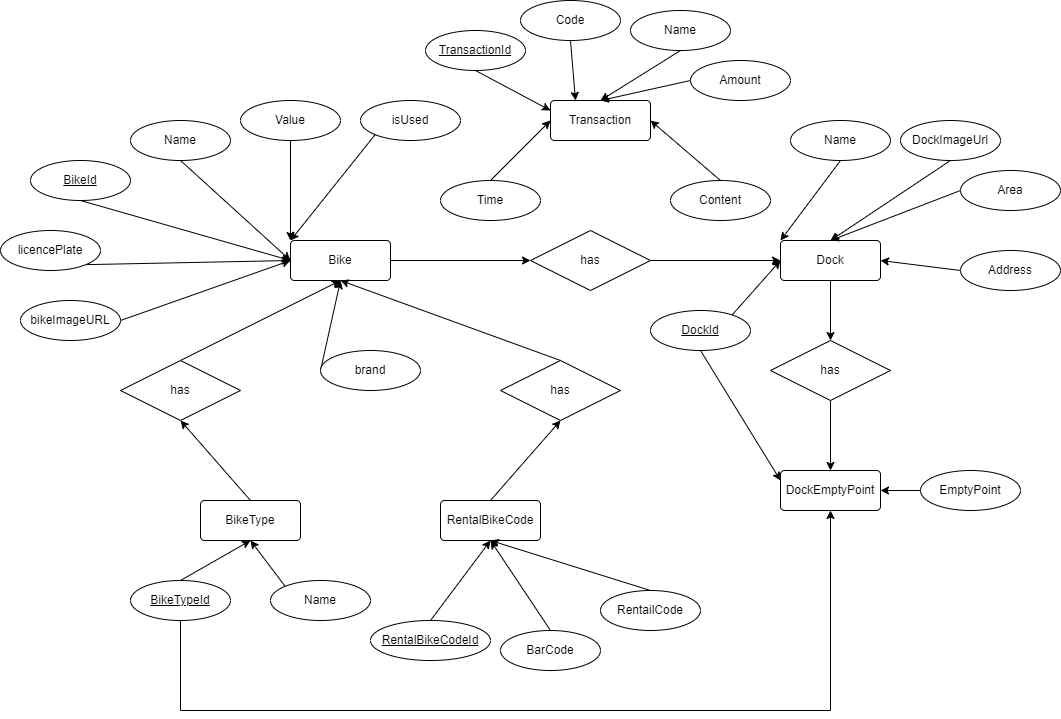
This is Detailed Design/Data Modeling/Conceptual data model/ER Diagram_Capstone project.png from janglee83/ISD.VN.20221.05, a draw.io export, as it was before one commit. Source tidied: cells renumbered, new cells last; positions are measured from the earlier drawing's top-left corner, leaving out a move shared by most shapes.
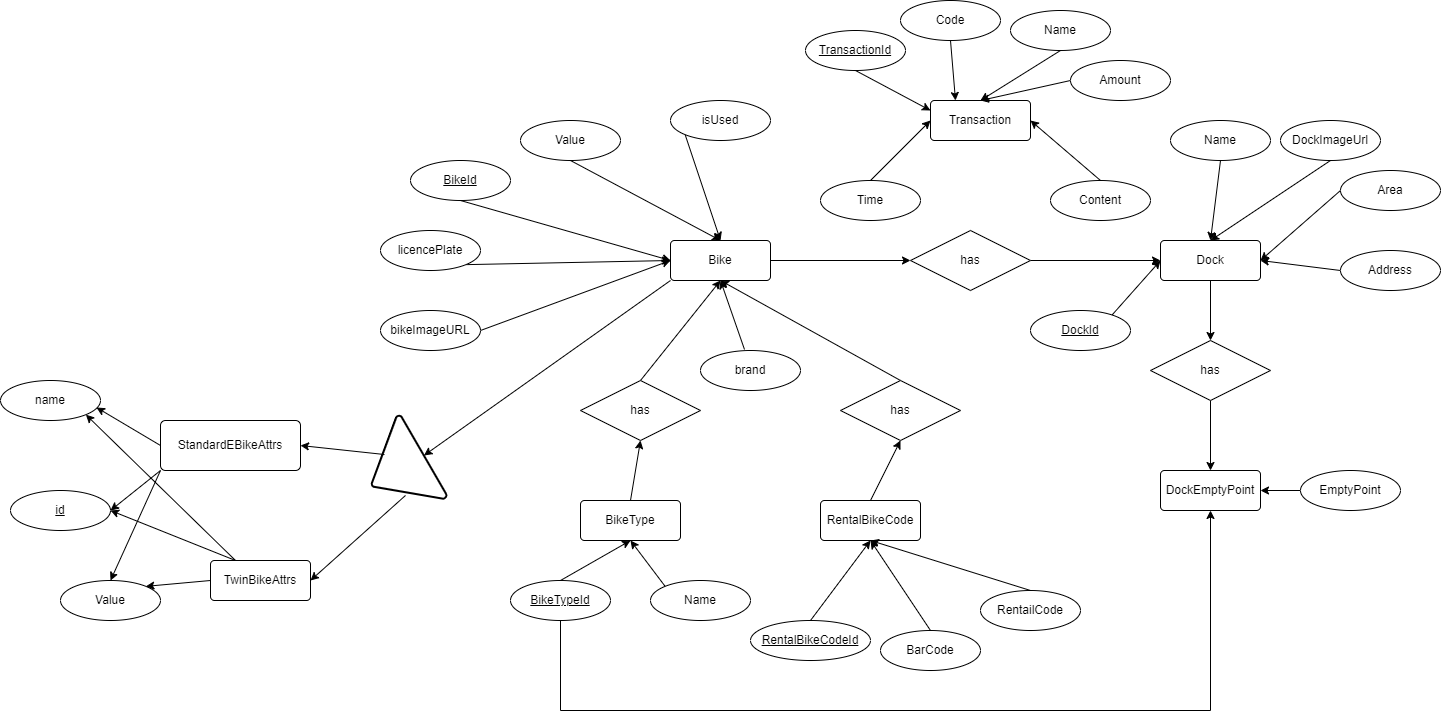
The same file after the commit.

The edit, as a diff of the source:
```diff
@@ -20,6 +20,9 @@
     <mxCell id="7" style="edgeStyle=none;rounded=0;jettySize=auto;html=1;exitX=1;exitY=0.5;exitDx=0;exitDy=0;entryX=0;entryY=0.5;entryDx=0;entryDy=0;" parent="1" edge="1" source="8" target="53">
       <mxGeometry relative="1" as="geometry" />
     </mxCell>
+    <mxCell id="71" style="edgeStyle=none;rounded=0;jettySize=auto;html=1;exitX=0;exitY=1;exitDx=0;exitDy=0;entryX=0.5;entryY=1;entryDx=0;entryDy=0;entryPerimeter=0;" parent="1" edge="1" source="8" target="72">
+      <mxGeometry relative="1" as="geometry" />
+    </mxCell>
     <mxCell id="8" value="Bike" style="rounded=1;arcSize=10;whiteSpace=wrap;html=1;align=center;" parent="1" vertex="1">
       <mxGeometry x="290" y="240" width="100" height="40" as="geometry" />
     </mxCell>
@@ -53,7 +56,7 @@
       <mxGeometry relative="1" as="geometry" />
     </mxCell>
     <mxCell id="17" value="has" style="shape=rhombus;perimeter=rhombusPerimeter;whiteSpace=wrap;html=1;align=center;" parent="1" vertex="1">
-      <mxGeometry x="120" y="360" width="120" height="60" as="geometry" />
+      <mxGeometry x="200" y="380" width="120" height="60" as="geometry" />
     </mxCell>
     <mxCell id="18" style="edgeStyle=none;rounded=0;jettySize=auto;html=1;exitX=0.5;exitY=0;exitDx=0;exitDy=0;entryX=0.5;entryY=1;entryDx=0;entryDy=0;" parent="1" edge="1" source="19" target="6">
       <mxGeometry relative="1" as="geometry" />
@@ -77,34 +80,28 @@
       <mxGeometry relative="1" as="geometry" />
     </mxCell>
     <mxCell id="25" value="has" style="shape=rhombus;perimeter=rhombusPerimeter;whiteSpace=wrap;html=1;align=center;" parent="1" vertex="1">
-      <mxGeometry x="500" y="360" width="120" height="60" as="geometry" />
+      <mxGeometry x="460" y="380" width="120" height="60" as="geometry" />
     </mxCell>
     <mxCell id="26" style="edgeStyle=none;rounded=0;orthogonalLoop=1;jettySize=auto;html=1;exitX=0.5;exitY=0;exitDx=0;exitDy=0;" parent="1" edge="1" source="6" target="6">
       <mxGeometry relative="1" as="geometry" />
     </mxCell>
-    <mxCell id="27" style="edgeStyle=none;rounded=0;jettySize=auto;html=1;exitX=0.5;exitY=1;exitDx=0;exitDy=0;entryX=0;entryY=0.5;entryDx=0;entryDy=0;" parent="1" edge="1" source="28" target="8">
-      <mxGeometry relative="1" as="geometry" />
-    </mxCell>
-    <mxCell id="28" value="Name" style="ellipse;whiteSpace=wrap;html=1;align=center;" parent="1" vertex="1">
-      <mxGeometry x="130" y="120" width="100" height="40" as="geometry" />
-    </mxCell>
     <mxCell id="29" style="edgeStyle=none;rounded=0;jettySize=auto;html=1;exitX=0.5;exitY=1;exitDx=0;exitDy=0;entryX=0;entryY=0.5;entryDx=0;entryDy=0;" parent="1" edge="1" source="30" target="8">
       <mxGeometry relative="1" as="geometry" />
     </mxCell>
     <mxCell id="30" value="BikeId" style="ellipse;whiteSpace=wrap;html=1;align=center;fontStyle=4;" parent="1" vertex="1">
       <mxGeometry x="30" y="160" width="100" height="40" as="geometry" />
     </mxCell>
-    <mxCell id="31" style="edgeStyle=none;rounded=0;jettySize=auto;html=1;exitX=0.5;exitY=1;exitDx=0;exitDy=0;entryX=0;entryY=0;entryDx=0;entryDy=0;" parent="1" edge="1" source="32" target="8">
+    <mxCell id="31" style="edgeStyle=none;rounded=0;jettySize=auto;html=1;exitX=0.5;exitY=1;exitDx=0;exitDy=0;entryX=0.5;entryY=0;entryDx=0;entryDy=0;" parent="1" edge="1" source="32" target="8">
       <mxGeometry relative="1" as="geometry" />
     </mxCell>
     <mxCell id="32" value="Value" style="ellipse;whiteSpace=wrap;html=1;align=center;" parent="1" vertex="1">
-      <mxGeometry x="240" y="100" width="100" height="40" as="geometry" />
+      <mxGeometry x="140" y="120" width="100" height="40" as="geometry" />
     </mxCell>
-    <mxCell id="33" style="edgeStyle=none;rounded=0;jettySize=auto;html=1;exitX=0;exitY=1;exitDx=0;exitDy=0;entryX=0;entryY=0;entryDx=0;entryDy=0;" parent="1" edge="1" source="34" target="8">
+    <mxCell id="33" style="edgeStyle=none;rounded=0;jettySize=auto;html=1;exitX=0;exitY=1;exitDx=0;exitDy=0;entryX=0.5;entryY=0;entryDx=0;entryDy=0;" parent="1" edge="1" source="34" target="8">
       <mxGeometry relative="1" as="geometry" />
     </mxCell>
     <mxCell id="34" value="isUsed" style="ellipse;whiteSpace=wrap;html=1;align=center;" parent="1" vertex="1">
-      <mxGeometry x="360" y="100" width="100" height="40" as="geometry" />
+      <mxGeometry x="290" y="100" width="100" height="40" as="geometry" />
     </mxCell>
     <mxCell id="35" style="edgeStyle=none;rounded=0;jettySize=auto;html=1;exitX=1;exitY=1;exitDx=0;exitDy=0;entryX=0;entryY=0.5;entryDx=0;entryDy=0;" parent="1" edge="1" source="36" target="8">
       <mxGeometry relative="1" as="geometry" />
@@ -112,7 +109,7 @@
     <mxCell id="36" value="licencePlate" style="ellipse;whiteSpace=wrap;html=1;align=center;" parent="1" vertex="1">
       <mxGeometry y="230" width="100" height="40" as="geometry" />
     </mxCell>
-    <mxCell id="37" style="edgeStyle=none;rounded=0;jettySize=auto;html=1;exitX=0;exitY=0.5;exitDx=0;exitDy=0;entryX=0.5;entryY=1;entryDx=0;entryDy=0;" parent="1" edge="1" source="38" target="8">
+    <mxCell id="37" style="edgeStyle=none;rounded=0;jettySize=auto;html=1;exitX=0.44;exitY=-0.025;exitDx=0;exitDy=0;entryX=0.5;entryY=1;entryDx=0;entryDy=0;exitPerimeter=0;" parent="1" edge="1" source="38" target="8">
       <mxGeometry relative="1" as="geometry" />
     </mxCell>
     <mxCell id="38" value="brand" style="ellipse;whiteSpace=wrap;html=1;align=center;" parent="1" vertex="1">
@@ -122,10 +119,12 @@
       <mxGeometry relative="1" as="geometry" />
     </mxCell>
     <mxCell id="40" value="bikeImageURL" style="ellipse;whiteSpace=wrap;html=1;align=center;" parent="1" vertex="1">
-      <mxGeometry x="20" y="300" width="100" height="40" as="geometry" />
+      <mxGeometry y="310" width="100" height="40" as="geometry" />
     </mxCell>
-    <mxCell id="41" style="edgeStyle=none;rounded=0;jettySize=auto;html=1;exitX=0.5;exitY=1;exitDx=0;exitDy=0;entryX=0;entryY=0;entryDx=0;entryDy=0;" parent="1" edge="1" source="42" target="3">
-      <mxGeometry relative="1" as="geometry" />
+    <mxCell id="41" style="edgeStyle=none;rounded=0;jettySize=auto;html=1;exitX=0.5;exitY=1;exitDx=0;exitDy=0;" parent="1" edge="1" source="42">
+      <mxGeometry relative="1" as="geometry">
+        <mxPoint x="830" y="240" as="targetPoint" />
+      </mxGeometry>
     </mxCell>
     <mxCell id="42" value="Name" style="ellipse;whiteSpace=wrap;html=1;align=center;" parent="1" vertex="1">
       <mxGeometry x="790" y="120" width="100" height="40" as="geometry" />
@@ -133,9 +132,6 @@
     <mxCell id="43" style="edgeStyle=none;rounded=0;jettySize=auto;html=1;exitX=0.5;exitY=1;exitDx=0;exitDy=0;entryX=0;entryY=0.5;entryDx=0;entryDy=0;" parent="1" edge="1" source="45" target="3">
       <mxGeometry relative="1" as="geometry" />
     </mxCell>
-    <mxCell id="44" style="edgeStyle=none;rounded=0;jettySize=auto;html=1;exitX=0.5;exitY=1;exitDx=0;exitDy=0;entryX=0;entryY=0.25;entryDx=0;entryDy=0;" parent="1" edge="1" source="45" target="56">
-      <mxGeometry relative="1" as="geometry" />
-    </mxCell>
     <mxCell id="45" value="DockId" style="ellipse;whiteSpace=wrap;html=1;align=center;fontStyle=4;" parent="1" vertex="1">
       <mxGeometry x="650" y="310" width="100" height="40" as="geometry" />
     </mxCell>
@@ -145,7 +141,7 @@
     <mxCell id="47" value="Address" style="ellipse;whiteSpace=wrap;html=1;align=center;" parent="1" vertex="1">
       <mxGeometry x="960" y="250" width="100" height="40" as="geometry" />
     </mxCell>
-    <mxCell id="48" style="edgeStyle=none;rounded=0;jettySize=auto;html=1;exitX=0;exitY=0.5;exitDx=0;exitDy=0;entryX=0.5;entryY=0;entryDx=0;entryDy=0;" parent="1" edge="1" source="49" target="3">
+    <mxCell id="48" style="edgeStyle=none;rounded=0;jettySize=auto;html=1;exitX=0;exitY=0.5;exitDx=0;exitDy=0;entryX=1;entryY=0.5;entryDx=0;entryDy=0;" parent="1" edge="1" source="49" target="3">
       <mxGeometry relative="1" as="geometry" />
     </mxCell>
     <mxCell id="49" value="Area" style="ellipse;whiteSpace=wrap;html=1;align=center;" parent="1" vertex="1">
@@ -214,5 +210,47 @@
     <mxCell id="70" value="Content" style="ellipse;whiteSpace=wrap;html=1;align=center;" parent="1" vertex="1">
       <mxGeometry x="670" y="180" width="100" height="40" as="geometry" />
     </mxCell>
+    <mxCell id="72" style="strokeWidth=2;html=1;shape=mxgraph.flowchart.extract_or_measurement;whiteSpace=wrap;rotation=-120;" parent="1" vertex="1">
+      <mxGeometry x="-30" y="440" width="95" height="60" as="geometry" />
+    </mxCell>
+    <mxCell id="73" value="TwinBikeAttrs" style="rounded=1;arcSize=10;whiteSpace=wrap;html=1;align=center;" parent="1" vertex="1">
+      <mxGeometry x="-170" y="560" width="100" height="40" as="geometry" />
+    </mxCell>
+    <mxCell id="74" value="StandardEBikeAttrs" style="rounded=1;arcSize=10;whiteSpace=wrap;html=1;align=center;" parent="1" vertex="1">
+      <mxGeometry x="-220" y="420" width="140" height="50" as="geometry" />
+    </mxCell>
+    <mxCell id="75" value="name" style="ellipse;whiteSpace=wrap;html=1;align=center;" parent="1" vertex="1">
+      <mxGeometry x="-380" y="380" width="100" height="40" as="geometry" />
+    </mxCell>
+    <mxCell id="76" value="Value" style="ellipse;whiteSpace=wrap;html=1;align=center;" parent="1" vertex="1">
+      <mxGeometry x="-320" y="580" width="100" height="40" as="geometry" />
+    </mxCell>
+    <mxCell id="77" value="id" style="ellipse;whiteSpace=wrap;html=1;align=center;fontStyle=4;" parent="1" vertex="1">
+      <mxGeometry x="-370" y="490" width="100" height="40" as="geometry" />
+    </mxCell>
+    <mxCell id="78" style="edgeStyle=none;rounded=0;jettySize=auto;html=1;exitX=0.717;exitY=0.438;exitDx=0;exitDy=0;entryX=1;entryY=0.5;entryDx=0;entryDy=0;exitPerimeter=0;" parent="1" edge="1" source="72" target="74">
+      <mxGeometry relative="1" as="geometry" />
+    </mxCell>
+    <mxCell id="79" style="edgeStyle=none;rounded=0;jettySize=auto;html=1;exitX=0.233;exitY=0.4;exitDx=0;exitDy=0;entryX=1;entryY=0.5;entryDx=0;entryDy=0;exitPerimeter=0;" parent="1" edge="1" source="72" target="73">
+      <mxGeometry relative="1" as="geometry" />
+    </mxCell>
+    <mxCell id="80" style="edgeStyle=none;rounded=0;jettySize=auto;html=1;exitX=0;exitY=0.5;exitDx=0;exitDy=0;entryX=0.96;entryY=0.675;entryDx=0;entryDy=0;entryPerimeter=0;" parent="1" edge="1" source="74" target="75">
+      <mxGeometry relative="1" as="geometry" />
+    </mxCell>
+    <mxCell id="81" style="edgeStyle=none;rounded=0;jettySize=auto;html=1;exitX=0;exitY=1;exitDx=0;exitDy=0;entryX=1;entryY=0.5;entryDx=0;entryDy=0;" parent="1" edge="1" source="74" target="77">
+      <mxGeometry relative="1" as="geometry" />
+    </mxCell>
+    <mxCell id="82" style="edgeStyle=none;rounded=0;jettySize=auto;html=1;exitX=0;exitY=1;exitDx=0;exitDy=0;entryX=0.5;entryY=0;entryDx=0;entryDy=0;" parent="1" edge="1" source="74" target="76">
+      <mxGeometry relative="1" as="geometry" />
+    </mxCell>
+    <mxCell id="83" style="edgeStyle=none;rounded=0;jettySize=auto;html=1;exitX=0.25;exitY=0;exitDx=0;exitDy=0;entryX=1;entryY=1;entryDx=0;entryDy=0;" parent="1" edge="1" source="73" target="75">
+      <mxGeometry relative="1" as="geometry" />
+    </mxCell>
+    <mxCell id="84" style="edgeStyle=none;rounded=0;jettySize=auto;html=1;exitX=0.25;exitY=0;exitDx=0;exitDy=0;entryX=1;entryY=0.5;entryDx=0;entryDy=0;" parent="1" edge="1" source="73" target="77">
+      <mxGeometry relative="1" as="geometry" />
+    </mxCell>
+    <mxCell id="85" style="edgeStyle=none;rounded=0;jettySize=auto;html=1;exitX=0;exitY=0.5;exitDx=0;exitDy=0;entryX=1;entryY=0;entryDx=0;entryDy=0;" parent="1" edge="1" source="73" target="76">
+      <mxGeometry relative="1" as="geometry" />
+    </mxCell>
   </root>
 </mxGraphModel>
```
